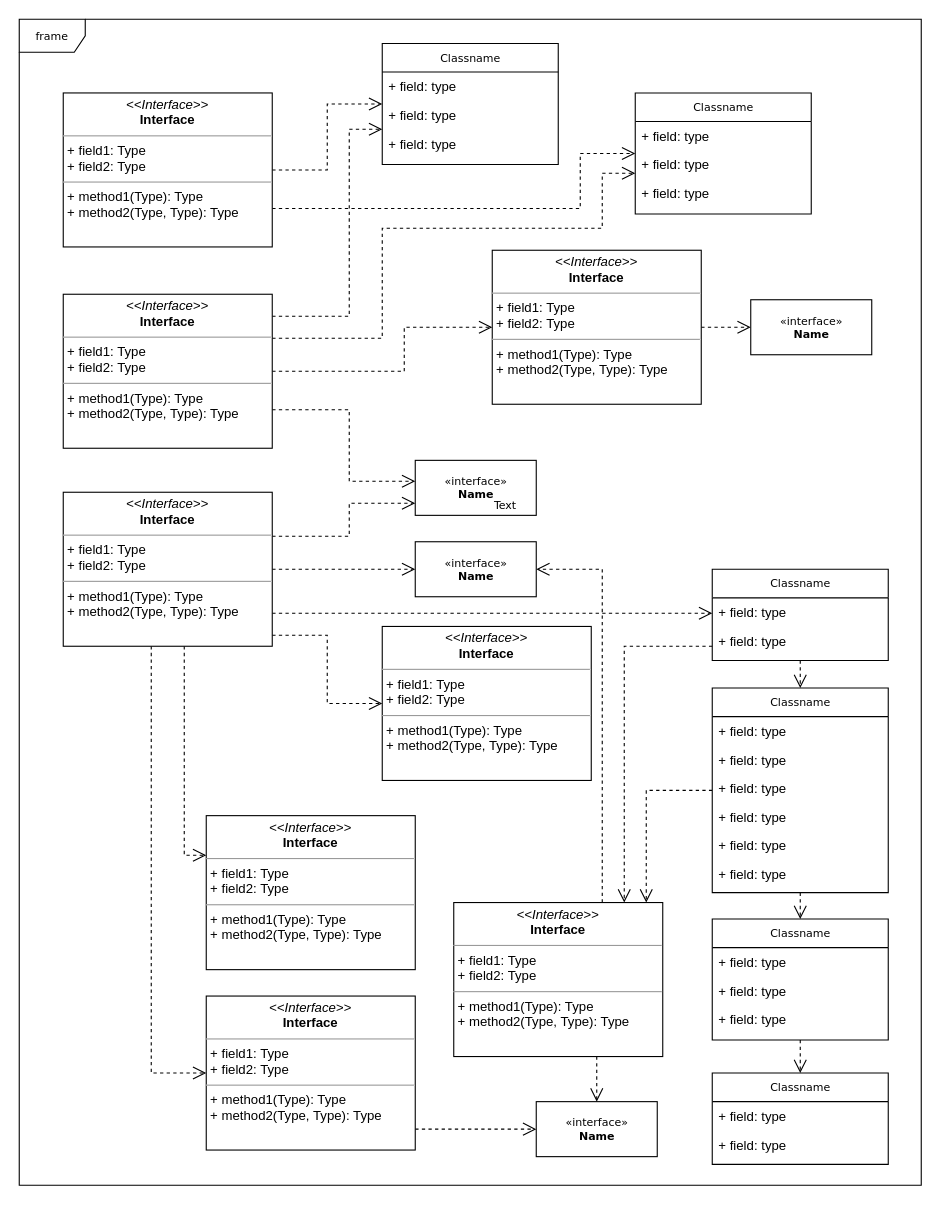
TianqiTang1117/CLRNet keeps this draw.io diagram as 未命名绘图.drawio. Above is the earlier version. Source tidied: cells renumbered, new cells numbered last; positions are measured from the earlier drawing's top-left corner, leaving out a move shared by most shapes. Both pictures are drawn from the tidied source at 110%, with x=0, y=0 at pixel (19, 19).
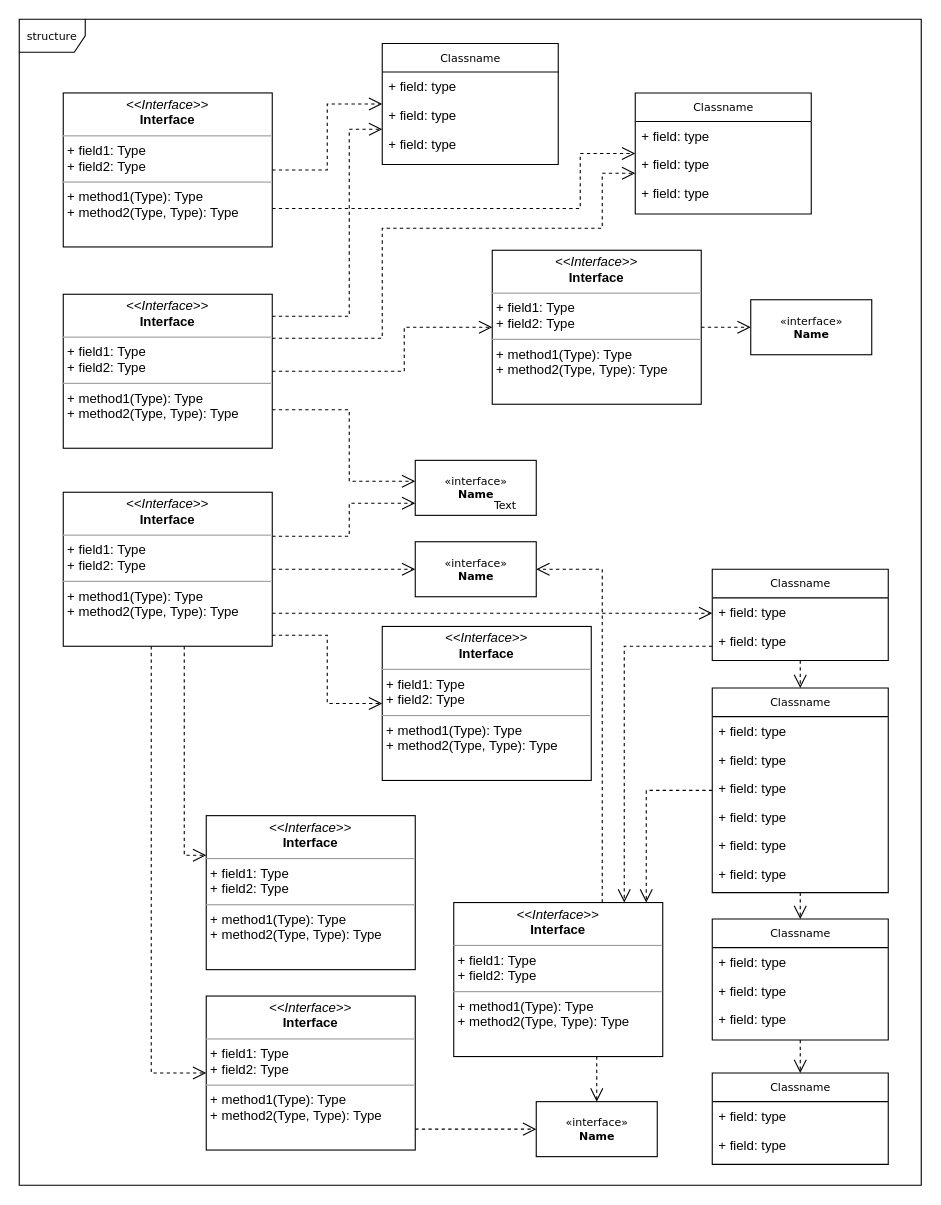
The same diagram, later.

Diff of the diagram source:
```diff
@@
-    <mxCell id="2" value="frame" style="shape=umlFrame;whiteSpace=wrap;html=1;rounded=0;shadow=0;comic=0;labelBackgroundColor=none;strokeWidth=1;fontFamily=Verdana;fontSize=10;align=center;" parent="1" vertex="1">
+    <mxCell id="2" value="structure" style="shape=umlFrame;whiteSpace=wrap;html=1;rounded=0;shadow=0;comic=0;labelBackgroundColor=none;strokeWidth=1;fontFamily=Verdana;fontSize=10;align=center;" parent="1" vertex="1">
       <mxGeometry width="820" height="1060" as="geometry" />
     </mxCell>
```
